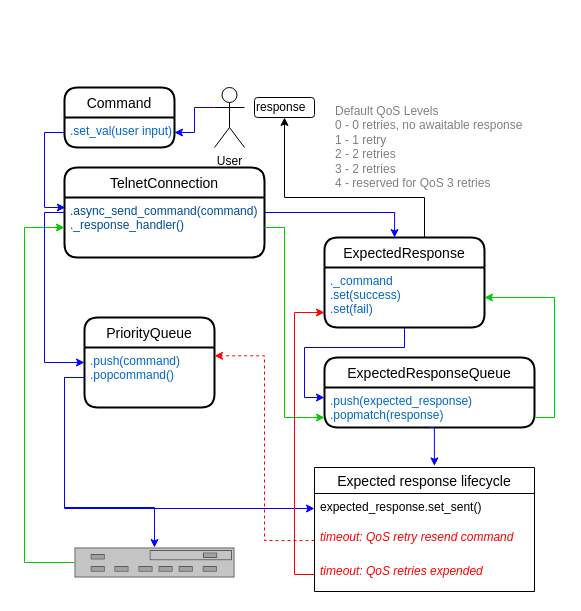
The draw.io diagram Untitled Diagram.drawio in JPHutchins/pyavreceiver, before the edit. Source tidied: cells renumbered, new cells numbered last; positions are measured from the earlier drawing's top-left corner, leaving out a move shared by most shapes. Both pictures are drawn from the tidied source at 100%, with x=0, y=0 at pixel (24, 87).
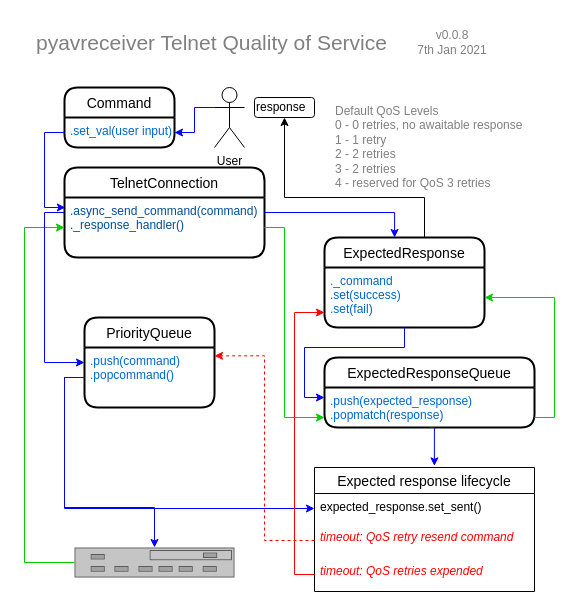
The same page after the edit.

The edit, as a diff of the source:
```diff
@@
+    <mxCell id="35" value="&lt;font style=&quot;font-size: 21px&quot;&gt;pyavreceiver Telnet Quality of Service&lt;/font&gt;" style="text;html=1;strokeColor=none;fillColor=none;align=left;verticalAlign=middle;whiteSpace=wrap;rounded=0;fontColor=#808080;" parent="1" vertex="1">
+      <mxGeometry x="10" y="-70" width="360" height="50" as="geometry" />
+    </mxCell>
+    <mxCell id="36" value="v0.0.8&lt;br&gt;7th Jan 2021" style="text;html=1;strokeColor=none;fillColor=none;align=center;verticalAlign=middle;whiteSpace=wrap;rounded=0;fontColor=#808080;" parent="1" vertex="1">
+      <mxGeometry x="380" y="-55" width="96" height="20" as="geometry" />
+    </mxCell>
```
